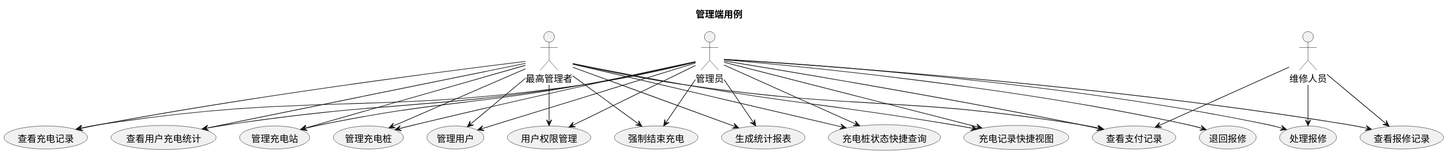
Before: usecase/docs/overview/img/admin_usecases.svg, a diagram exported from PlantUML (greenhandzdl/charging-station-doc).
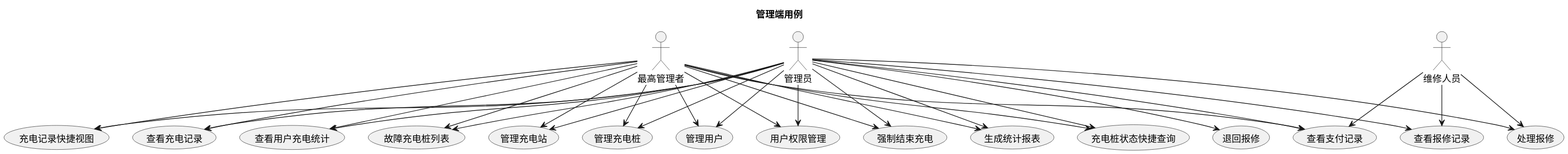
After the commit.

What changed in the source:
```diff
@@ -21,6 +21,7 @@
 usecase "查看支付记录" as VPR
 usecase "查看充电记录" as VCR
 usecase "查看用户充电统计" as UCS
+usecase "故障充电桩列表" as FCL
 usecase "退回报修" as RR
 
 A --> MS
@@ -37,6 +38,8 @@
 A --> VCR
 A --> UCS
 A --> RR
+A --> FCL
+SA --> FCL
 SA --> MS
 SA --> MC
 SA --> PM
```
